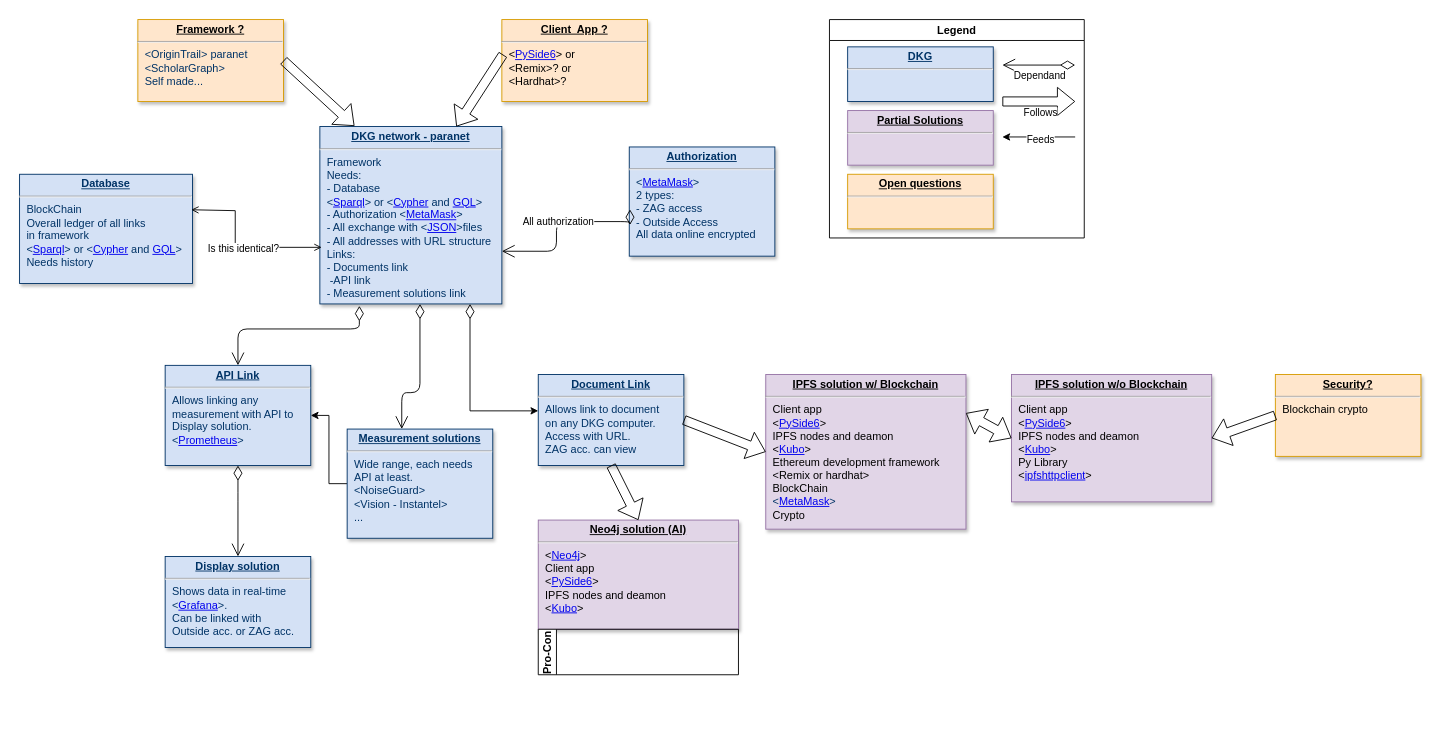
The draw.io diagram Basic Diagram.drawio in RokRud/ZAG-DKG, before the edit. Source tidied: cells renumbered, new cells numbered last; positions are measured from the earlier drawing's top-left corner, leaving out a move shared by most shapes. Both pictures are drawn from the tidied source at 91%, with x=0, y=0 at pixel (19, 19).
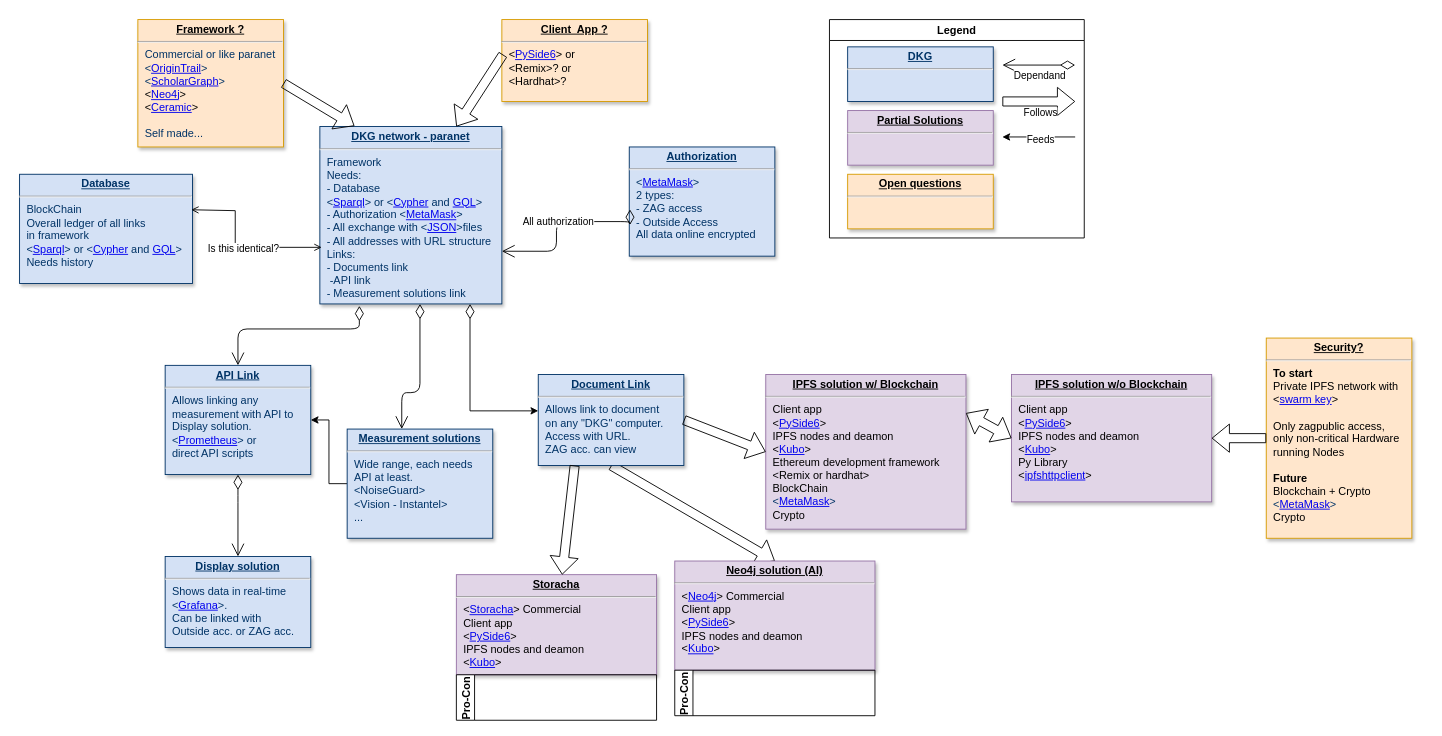
After the change.

Change to the diagram source:
```diff
@@
+    <mxCell id="27" style="shape=flexArrow;endArrow=classic;html=1;rounded=0;exitX=0.5;exitY=1;exitDx=0;exitDy=0;entryX=0.5;entryY=0;entryDx=0;entryDy=0;" parent="1" edge="1" source="6" target="21">
+      <mxGeometry relative="1" as="geometry" />
+    </mxCell>
@@
-    <mxCell id="6" value="&lt;p style=&quot;margin: 0px; margin-top: 4px; text-align: center; text-decoration: underline;&quot;&gt;&lt;b&gt;Document Link&lt;/b&gt;&lt;/p&gt;&lt;hr&gt;&lt;p style=&quot;margin: 0px; margin-left: 8px;&quot;&gt;Allows link to document&lt;/p&gt;&lt;p style=&quot;margin: 0px; margin-left: 8px;&quot;&gt;on any DKG computer.&lt;/p&gt;&lt;p style=&quot;margin: 0px; margin-left: 8px;&quot;&gt;Access with URL.&lt;/p&gt;&lt;p style=&quot;margin: 0px; margin-left: 8px;&quot;&gt;ZAG acc. can view&lt;/p&gt;&lt;p style=&quot;margin: 0px; margin-left: 8px;&quot;&gt;&lt;br&gt;&lt;/p&gt;" style="verticalAlign=top;align=left;overflow=fill;fontSize=12;fontFamily=Helvetica;html=1;strokeColor=#003366;shadow=1;fillColor=#D4E1F5;fontColor=#003366;" parent="1" vertex="1">
+    <mxCell id="6" value="&lt;p style=&quot;margin: 0px; margin-top: 4px; text-align: center; text-decoration: underline;&quot;&gt;&lt;b&gt;Document Link&lt;/b&gt;&lt;/p&gt;&lt;hr&gt;&lt;p style=&quot;margin: 0px; margin-left: 8px;&quot;&gt;Allows link to document&lt;/p&gt;&lt;p style=&quot;margin: 0px; margin-left: 8px;&quot;&gt;on any &quot;DKG&quot; computer.&lt;/p&gt;&lt;p style=&quot;margin: 0px; margin-left: 8px;&quot;&gt;Access with URL.&lt;/p&gt;&lt;p style=&quot;margin: 0px; margin-left: 8px;&quot;&gt;ZAG acc. can view&lt;/p&gt;&lt;p style=&quot;margin: 0px; margin-left: 8px;&quot;&gt;&lt;br&gt;&lt;/p&gt;" style="verticalAlign=top;align=left;overflow=fill;fontSize=12;fontFamily=Helvetica;html=1;strokeColor=#003366;shadow=1;fillColor=#D4E1F5;fontColor=#003366;" parent="1" vertex="1">
       <mxGeometry x="570" y="390" width="160" height="100" as="geometry" />
     </mxCell>
-    <mxCell id="7" value="&lt;p style=&quot;margin: 0px; margin-top: 4px; text-align: center; text-decoration: underline;&quot;&gt;&lt;b&gt;API Link&lt;/b&gt;&lt;/p&gt;&lt;hr&gt;&lt;p style=&quot;margin: 0px; margin-left: 8px;&quot;&gt;Allows linking any&lt;/p&gt;&lt;p style=&quot;margin: 0px; margin-left: 8px;&quot;&gt;&lt;span style=&quot;background-color: transparent; color: light-dark(rgb(0, 51, 102), rgb(161, 205, 249));&quot;&gt;measurement with API to&lt;/span&gt;&lt;/p&gt;&lt;p style=&quot;margin: 0px; margin-left: 8px;&quot;&gt;&lt;span style=&quot;background-color: transparent; color: light-dark(rgb(0, 51, 102), rgb(161, 205, 249));&quot;&gt;Display solution.&lt;/span&gt;&lt;/p&gt;&lt;p style=&quot;margin: 0px; margin-left: 8px;&quot;&gt;&amp;lt;&lt;a href=&quot;https://github.com/prometheus/prometheus&quot;&gt;Prometheus&lt;/a&gt;&amp;gt;&lt;/p&gt;" style="verticalAlign=top;align=left;overflow=fill;fontSize=12;fontFamily=Helvetica;html=1;strokeColor=#003366;shadow=1;fillColor=#D4E1F5;fontColor=#003366;" parent="1" vertex="1">
-      <mxGeometry x="160" y="380" width="160" height="110" as="geometry" />
+    <mxCell id="7" value="&lt;p style=&quot;margin: 0px; margin-top: 4px; text-align: center; text-decoration: underline;&quot;&gt;&lt;b&gt;API Link&lt;/b&gt;&lt;/p&gt;&lt;hr&gt;&lt;p style=&quot;margin: 0px; margin-left: 8px;&quot;&gt;Allows linking any&lt;/p&gt;&lt;p style=&quot;margin: 0px; margin-left: 8px;&quot;&gt;&lt;span style=&quot;background-color: transparent; color: light-dark(rgb(0, 51, 102), rgb(161, 205, 249));&quot;&gt;measurement with API to&lt;/span&gt;&lt;/p&gt;&lt;p style=&quot;margin: 0px; margin-left: 8px;&quot;&gt;&lt;span style=&quot;background-color: transparent; color: light-dark(rgb(0, 51, 102), rgb(161, 205, 249));&quot;&gt;Display solution.&lt;/span&gt;&lt;/p&gt;&lt;p style=&quot;margin: 0px; margin-left: 8px;&quot;&gt;&amp;lt;&lt;a href=&quot;https://github.com/prometheus/prometheus&quot;&gt;Prometheus&lt;/a&gt;&amp;gt; or&lt;/p&gt;&lt;p style=&quot;margin: 0px; margin-left: 8px;&quot;&gt;direct API scripts&lt;/p&gt;" style="verticalAlign=top;align=left;overflow=fill;fontSize=12;fontFamily=Helvetica;html=1;strokeColor=#003366;shadow=1;fillColor=#D4E1F5;fontColor=#003366;" parent="1" vertex="1">
+      <mxGeometry x="160" y="380" width="160" height="120" as="geometry" />
     </mxCell>
@@
-    <mxCell id="16" value="&lt;p style=&quot;margin: 0px; margin-top: 4px; text-align: center; text-decoration: underline;&quot;&gt;&lt;b&gt;Framework ?&lt;/b&gt;&lt;/p&gt;&lt;hr&gt;&lt;p style=&quot;margin: 0px; margin-left: 8px;&quot;&gt;&lt;font color=&quot;#003366&quot;&gt;&amp;lt;OriginTrail&amp;gt; paranet&lt;/font&gt;&lt;/p&gt;&lt;p style=&quot;margin: 0px; margin-left: 8px;&quot;&gt;&lt;font color=&quot;#003366&quot;&gt;&amp;lt;ScholarGraph&amp;gt;&lt;/font&gt;&lt;/p&gt;&lt;p style=&quot;margin: 0px; margin-left: 8px;&quot;&gt;&lt;font color=&quot;#003366&quot;&gt;Self made...&lt;/font&gt;&lt;/p&gt;" style="verticalAlign=top;align=left;overflow=fill;fontSize=12;fontFamily=Helvetica;html=1;strokeColor=#d79b00;shadow=1;fillColor=#ffe6cc;" parent="1" vertex="1">
-      <mxGeometry x="130" width="160" height="90" as="geometry" />
+    <mxCell id="16" value="&lt;p style=&quot;margin: 0px; margin-top: 4px; text-align: center; text-decoration: underline;&quot;&gt;&lt;b&gt;Framework ?&lt;/b&gt;&lt;/p&gt;&lt;hr&gt;&lt;p style=&quot;margin: 0px; margin-left: 8px;&quot;&gt;&lt;font color=&quot;#003366&quot;&gt;Commercial or like&amp;nbsp;&lt;/font&gt;&lt;span style=&quot;color: rgb(0, 51, 102); background-color: transparent;&quot;&gt;paranet&lt;/span&gt;&lt;/p&gt;&lt;p style=&quot;margin: 0px; margin-left: 8px;&quot;&gt;&lt;font color=&quot;#003366&quot;&gt;&amp;lt;&lt;a href=&quot;https://origintrail.io/&quot;&gt;OriginTrail&lt;/a&gt;&amp;gt;&amp;nbsp;&lt;/font&gt;&lt;/p&gt;&lt;p style=&quot;margin: 0px; margin-left: 8px;&quot;&gt;&lt;font color=&quot;#003366&quot;&gt;&amp;lt;&lt;a href=&quot;https://devpost.com/software/scholargraph&quot;&gt;ScholarGraph&lt;/a&gt;&amp;gt;&lt;/font&gt;&lt;/p&gt;&lt;p style=&quot;margin: 0px; margin-left: 8px;&quot;&gt;&lt;font color=&quot;#003366&quot;&gt;&lt;span style=&quot;color: rgb(0, 0, 0);&quot;&gt;&amp;lt;&lt;/span&gt;&lt;a href=&quot;https://neo4j.com/blog/news/graphrag-python-package/?_gl=1%2A16tf8op%2A_ga%2ANzI5ODkyMTMyLjE3NjcxMTcyMzI.%2A_ga_DL38Q8KGQC%2AczE3NjcxMTcyMzIkbzEkZzEkdDE3NjcxMTcyMzkkajUzJGwwJGgw&quot;&gt;Neo4j&lt;/a&gt;&lt;span style=&quot;color: rgb(0, 0, 0);&quot;&gt;&amp;gt;&lt;/span&gt;&lt;/font&gt;&lt;/p&gt;&lt;p style=&quot;margin: 0px; margin-left: 8px;&quot;&gt;&amp;lt;&lt;a href=&quot;https://ceramic.network/composedb&quot;&gt;Ceramic&lt;/a&gt;&amp;gt;&lt;/p&gt;&lt;p style=&quot;margin: 0px; margin-left: 8px;&quot;&gt;&lt;br&gt;&lt;/p&gt;&lt;p style=&quot;margin: 0px; margin-left: 8px;&quot;&gt;&lt;font color=&quot;#003366&quot;&gt;Self made...&lt;/font&gt;&lt;/p&gt;" style="verticalAlign=top;align=left;overflow=fill;fontSize=12;fontFamily=Helvetica;html=1;strokeColor=#d79b00;shadow=1;fillColor=#ffe6cc;" parent="1" vertex="1">
+      <mxGeometry x="130" width="160" height="140" as="geometry" />
     </mxCell>
@@
-    <mxCell id="21" value="&lt;p style=&quot;margin: 0px; margin-top: 4px; text-align: center; text-decoration: underline;&quot;&gt;&lt;b&gt;Neo4j solution (AI)&lt;/b&gt;&lt;/p&gt;&lt;hr&gt;&lt;p style=&quot;margin: 0px; margin-left: 8px;&quot;&gt;&amp;lt;&lt;a href=&quot;https://neo4j.com/blog/news/graphrag-python-package/?_gl=1%2A16tf8op%2A_ga%2ANzI5ODkyMTMyLjE3NjcxMTcyMzI.%2A_ga_DL38Q8KGQC%2AczE3NjcxMTcyMzIkbzEkZzEkdDE3NjcxMTcyMzkkajUzJGwwJGgw&quot;&gt;Neo4j&lt;/a&gt;&amp;gt;&lt;/p&gt;&lt;p style=&quot;margin: 0px; margin-left: 8px;&quot;&gt;Client app&lt;/p&gt;&lt;p style=&quot;margin: 0px; margin-left: 8px;&quot;&gt;&amp;lt;&lt;a href=&quot;https://pypi.org/project/PySide6/&quot;&gt;PySide6&lt;/a&gt;&amp;gt;&lt;/p&gt;&lt;p style=&quot;margin: 0px; margin-left: 8px;&quot;&gt;IPFS nodes and deamon&lt;/p&gt;&lt;p style=&quot;margin: 0px; margin-left: 8px;&quot;&gt;&amp;lt;&lt;a href=&quot;https://github.com/ipfs/kubo/releases#-important-dependency-updates&quot;&gt;Kubo&lt;/a&gt;&amp;gt;&lt;/p&gt;" style="verticalAlign=top;align=left;overflow=fill;fontSize=12;fontFamily=Helvetica;html=1;strokeColor=#9673a6;shadow=1;fillColor=#e1d5e7;" parent="1" vertex="1">
-      <mxGeometry x="570" y="550" width="220" height="120" as="geometry" />
+    <mxCell id="21" value="&lt;p style=&quot;margin: 0px; margin-top: 4px; text-align: center; text-decoration: underline;&quot;&gt;&lt;b&gt;Neo4j solution (AI)&lt;/b&gt;&lt;/p&gt;&lt;hr&gt;&lt;p style=&quot;margin: 0px; margin-left: 8px;&quot;&gt;&amp;lt;&lt;a href=&quot;https://neo4j.com/blog/news/graphrag-python-package/?_gl=1%2A16tf8op%2A_ga%2ANzI5ODkyMTMyLjE3NjcxMTcyMzI.%2A_ga_DL38Q8KGQC%2AczE3NjcxMTcyMzIkbzEkZzEkdDE3NjcxMTcyMzkkajUzJGwwJGgw&quot;&gt;Neo4j&lt;/a&gt;&amp;gt;&amp;nbsp;&lt;span style=&quot;background-color: transparent; color: light-dark(rgb(0, 0, 0), rgb(255, 255, 255));&quot;&gt;Commercial&lt;/span&gt;&lt;/p&gt;&lt;p style=&quot;margin: 0px; margin-left: 8px;&quot;&gt;Client app&lt;/p&gt;&lt;p style=&quot;margin: 0px; margin-left: 8px;&quot;&gt;&amp;lt;&lt;a href=&quot;https://pypi.org/project/PySide6/&quot;&gt;PySide6&lt;/a&gt;&amp;gt;&lt;/p&gt;&lt;p style=&quot;margin: 0px; margin-left: 8px;&quot;&gt;IPFS nodes and deamon&lt;/p&gt;&lt;p style=&quot;margin: 0px; margin-left: 8px;&quot;&gt;&amp;lt;&lt;a href=&quot;https://github.com/ipfs/kubo/releases#-important-dependency-updates&quot;&gt;Kubo&lt;/a&gt;&amp;gt;&lt;/p&gt;" style="verticalAlign=top;align=left;overflow=fill;fontSize=12;fontFamily=Helvetica;html=1;strokeColor=#9673a6;shadow=1;fillColor=#e1d5e7;" parent="1" vertex="1">
+      <mxGeometry x="720" y="595" width="220" height="120" as="geometry" />
     </mxCell>
@@
-    <mxCell id="27" style="shape=flexArrow;endArrow=classic;html=1;rounded=0;exitX=0.5;exitY=1;exitDx=0;exitDy=0;entryX=0.5;entryY=0;entryDx=0;entryDy=0;" parent="1" edge="1" source="6" target="21">
-      <mxGeometry relative="1" as="geometry" />
-    </mxCell>
     <mxCell id="28" value="Pro-Con" style="swimlane;startSize=20;horizontal=0;" parent="1" vertex="1" collapsed="1">
-      <mxGeometry x="570" y="670" width="220" height="50" as="geometry" />
+      <mxGeometry x="720" y="715" width="220" height="50" as="geometry" />
     </mxCell>
@@
-    <mxCell id="39" value="&lt;p style=&quot;margin: 0px; margin-top: 4px; text-align: center; text-decoration: underline;&quot;&gt;&lt;b&gt;Security?&lt;/b&gt;&lt;/p&gt;&lt;hr&gt;&lt;p style=&quot;margin: 0px; margin-left: 8px;&quot;&gt;Blockchain crypto&lt;/p&gt;&lt;p style=&quot;margin: 0px; margin-left: 8px;&quot;&gt;&lt;br&gt;&lt;/p&gt;&lt;p style=&quot;margin: 0px; margin-left: 8px;&quot;&gt;&lt;br&gt;&lt;/p&gt;&lt;p style=&quot;margin: 0px; margin-left: 8px;&quot;&gt;&lt;span style=&quot;background-color: transparent; color: light-dark(rgb(0, 51, 102), rgb(161, 205, 249));&quot;&gt;&lt;br&gt;&lt;/span&gt;&lt;/p&gt;" style="verticalAlign=top;align=left;overflow=fill;fontSize=12;fontFamily=Helvetica;html=1;strokeColor=#d79b00;shadow=1;fillColor=#ffe6cc;" parent="1" vertex="1">
-      <mxGeometry x="1380" y="390" width="160" height="90" as="geometry" />
+    <mxCell id="39" value="&lt;p style=&quot;margin: 0px; margin-top: 4px; text-align: center; text-decoration: underline;&quot;&gt;&lt;b&gt;Security?&lt;/b&gt;&lt;/p&gt;&lt;hr&gt;&lt;p style=&quot;margin: 0px; margin-left: 8px;&quot;&gt;&lt;b&gt;To start&lt;/b&gt;&lt;/p&gt;&lt;p style=&quot;margin: 0px; margin-left: 8px;&quot;&gt;Private IPFS network with&lt;/p&gt;&lt;p style=&quot;margin: 0px; margin-left: 8px;&quot;&gt;&amp;lt;&lt;a href=&quot;https://github.com/Kubuxu/go-ipfs-swarm-key-gen&quot;&gt;swarm key&lt;/a&gt;&amp;gt;&lt;/p&gt;&lt;p style=&quot;margin: 0px; margin-left: 8px;&quot;&gt;&lt;br&gt;&lt;/p&gt;&lt;p style=&quot;margin: 0px; margin-left: 8px;&quot;&gt;Only zagpublic access,&amp;nbsp;&lt;/p&gt;&lt;p style=&quot;margin: 0px; margin-left: 8px;&quot;&gt;only non-critical Hardware&lt;/p&gt;&lt;p style=&quot;margin: 0px; margin-left: 8px;&quot;&gt;running Nodes&lt;/p&gt;&lt;p style=&quot;margin: 0px; margin-left: 8px;&quot;&gt;&lt;br&gt;&lt;/p&gt;&lt;p style=&quot;margin: 0px; margin-left: 8px;&quot;&gt;&lt;b&gt;Future&lt;/b&gt;&lt;/p&gt;&lt;p style=&quot;margin: 0px; margin-left: 8px;&quot;&gt;Blockchain + Crypto&lt;/p&gt;&lt;p style=&quot;margin: 0px 0px 0px 8px;&quot;&gt;&lt;span style=&quot;color: rgb(0, 51, 102);&quot;&gt;&amp;lt;&lt;/span&gt;&lt;a href=&quot;https://metamask.io/&quot;&gt;MetaMask&lt;/a&gt;&lt;span style=&quot;color: rgb(0, 51, 102);&quot;&gt;&amp;gt;&lt;/span&gt;&lt;/p&gt;&lt;p style=&quot;margin: 0px 0px 0px 8px;&quot;&gt;Crypto&lt;/p&gt;" style="verticalAlign=top;align=left;overflow=fill;fontSize=12;fontFamily=Helvetica;html=1;strokeColor=#d79b00;shadow=1;fillColor=#ffe6cc;" parent="1" vertex="1">
+      <mxGeometry x="1370" y="350" width="160" height="220" as="geometry" />
     </mxCell>
@@
+    <mxCell id="41" value="&lt;p style=&quot;margin: 0px; margin-top: 4px; text-align: center; text-decoration: underline;&quot;&gt;&lt;b&gt;Storacha&lt;/b&gt;&lt;/p&gt;&lt;hr&gt;&lt;p style=&quot;margin: 0px; margin-left: 8px;&quot;&gt;&lt;span style=&quot;background-color: transparent; color: light-dark(rgb(0, 0, 0), rgb(255, 255, 255));&quot;&gt;&amp;lt;&lt;/span&gt;&lt;a href=&quot;https://storacha.network/&quot; style=&quot;background-color: transparent;&quot;&gt;Storacha&lt;/a&gt;&lt;span style=&quot;background-color: transparent; color: light-dark(rgb(0, 0, 0), rgb(255, 255, 255));&quot;&gt;&amp;gt;&amp;nbsp;&lt;/span&gt;&lt;span style=&quot;background-color: transparent; color: light-dark(rgb(0, 0, 0), rgb(255, 255, 255));&quot;&gt;Commercial&lt;/span&gt;&lt;/p&gt;&lt;p style=&quot;margin: 0px 0px 0px 8px;&quot;&gt;Client app&lt;/p&gt;&lt;p style=&quot;margin: 0px 0px 0px 8px;&quot;&gt;&amp;lt;&lt;a href=&quot;https://pypi.org/project/PySide6/&quot;&gt;PySide6&lt;/a&gt;&amp;gt;&lt;/p&gt;&lt;p style=&quot;margin: 0px 0px 0px 8px;&quot;&gt;IPFS nodes and deamon&lt;/p&gt;&lt;p style=&quot;margin: 0px 0px 0px 8px;&quot;&gt;&amp;lt;&lt;a href=&quot;https://github.com/ipfs/kubo/releases#-important-dependency-updates&quot;&gt;Kubo&lt;/a&gt;&amp;gt;&lt;/p&gt;&lt;div&gt;&lt;br&gt;&lt;/div&gt;" style="verticalAlign=top;align=left;overflow=fill;fontSize=12;fontFamily=Helvetica;html=1;strokeColor=#9673a6;shadow=1;fillColor=#e1d5e7;" parent="1" vertex="1">
+      <mxGeometry x="480" y="610" width="220" height="110" as="geometry" />
+    </mxCell>
+    <mxCell id="42" value="Pro-Con" style="swimlane;startSize=20;horizontal=0;" parent="1" vertex="1" collapsed="1">
+      <mxGeometry x="480" y="720" width="220" height="50" as="geometry" />
+    </mxCell>
+    <mxCell id="43" style="shape=flexArrow;endArrow=classic;html=1;rounded=0;exitX=0.25;exitY=1;exitDx=0;exitDy=0;" parent="1" edge="1" source="6" target="41">
+      <mxGeometry relative="1" as="geometry" />
+    </mxCell>
```
